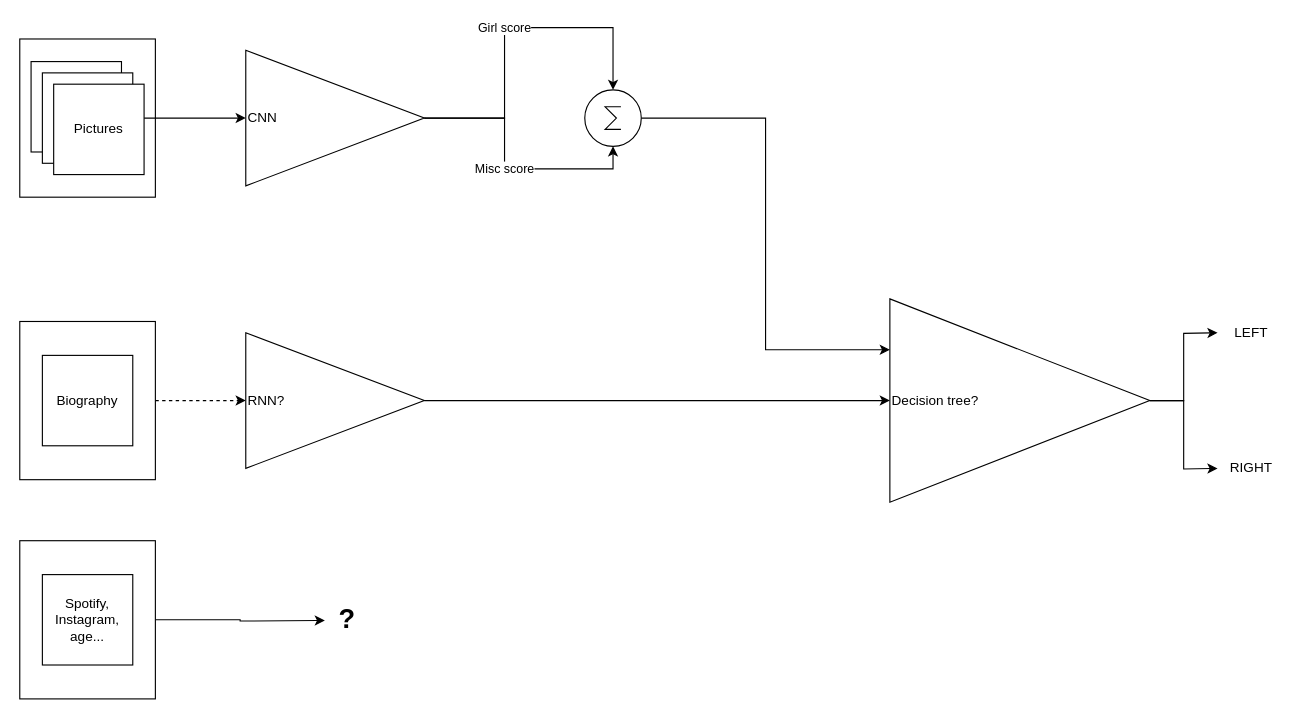
The draw.io diagram the_wingman.drawio in abreu4/The-Wing-Man, before the edit. Source tidied: cells renumbered, new cells numbered last; positions are measured from the earlier drawing's top-left corner, leaving out a move shared by most shapes. Both pictures are drawn from the tidied source at 113%, with x=0, y=0 at pixel (19, 27).
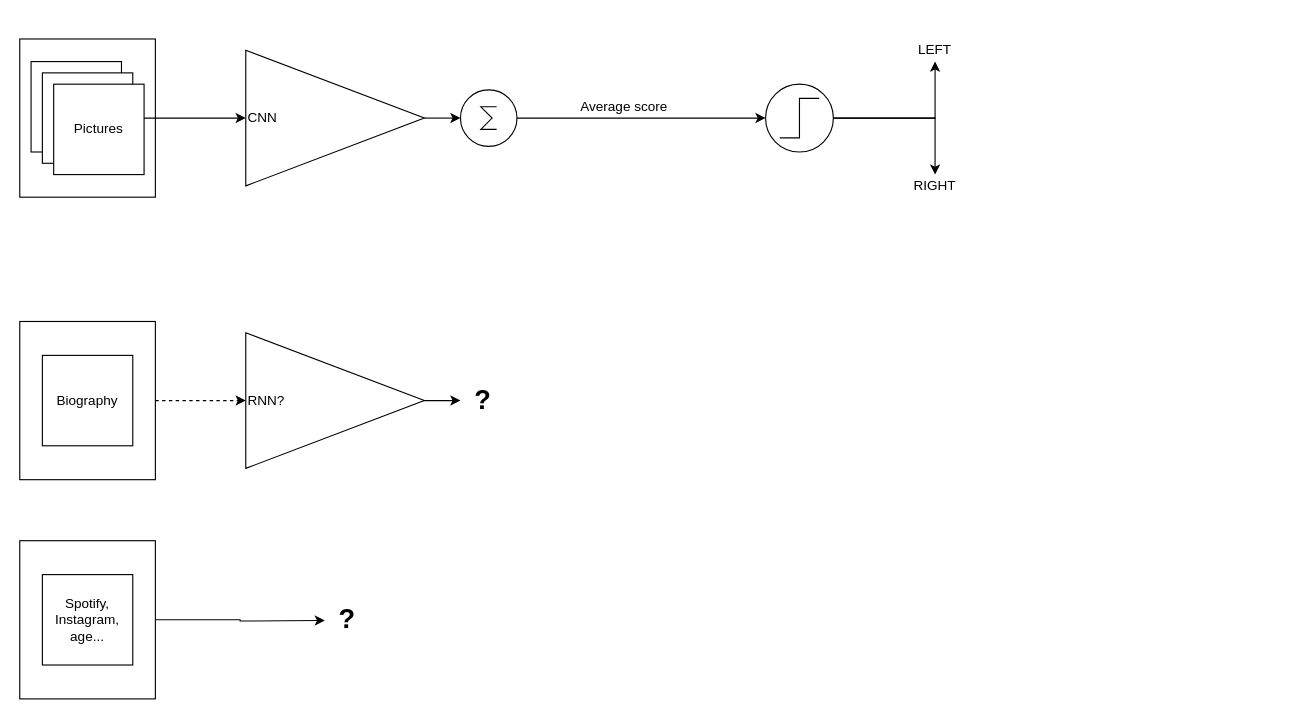
The same diagram, later.

Commit message:
Simplified initial design

The change refers to these unchanged cells:
```xml
<mxCell id="7" value="CNN" style="triangle;whiteSpace=wrap;html=1;align=left;" parent="1" vertex="1">
  <mxGeometry x="200" y="20" width="158" height="120" as="geometry" />
</mxCell>
<mxCell id="19" value="RNN?" style="triangle;whiteSpace=wrap;html=1;align=left;" parent="1" vertex="1">
  <mxGeometry x="200" y="270" width="158" height="120" as="geometry" />
</mxCell>
```

Diff of the diagram source:
```diff
@@
-    <mxCell id="5" value="Girl score" style="edgeStyle=orthogonalEdgeStyle;rounded=0;jettySize=auto;html=1;exitX=1;exitY=0.5;exitDx=0;exitDy=0;entryX=0.5;entryY=0;entryDx=0;entryDy=0;entryPerimeter=0;" parent="1" edge="1" source="7" target="21">
-      <mxGeometry relative="1" as="geometry">
-        <Array as="points">
-          <mxPoint x="429" y="80" />
-          <mxPoint x="429" />
-          <mxPoint x="525" />
-        </Array>
-      </mxGeometry>
-    </mxCell>
-    <mxCell id="6" value="Misc score" style="edgeStyle=orthogonalEdgeStyle;rounded=0;jettySize=auto;html=1;exitX=1;exitY=0.5;exitDx=0;exitDy=0;entryX=0.5;entryY=1;entryDx=0;entryDy=0;entryPerimeter=0;" parent="1" edge="1" source="7" target="21">
-      <mxGeometry relative="1" as="geometry" />
-    </mxCell>
+    <mxCell id="26" style="edgeStyle=orthogonalEdgeStyle;rounded=0;jettySize=auto;html=1;exitX=1;exitY=0.5;exitDx=0;exitDy=0;" parent="1" edge="1" source="7">
+      <mxGeometry relative="1" as="geometry">
+        <mxPoint x="390" y="80" as="targetPoint" />
+      </mxGeometry>
+    </mxCell>
@@
-    <mxCell id="15" style="edgeStyle=orthogonalEdgeStyle;rounded=0;jettySize=auto;html=1;exitX=1;exitY=0.5;exitDx=0;exitDy=0;" parent="1" edge="1" source="17">
-      <mxGeometry relative="1" as="geometry">
-        <mxPoint x="1060" y="270" as="targetPoint" />
-      </mxGeometry>
-    </mxCell>
-    <mxCell id="16" style="edgeStyle=orthogonalEdgeStyle;rounded=0;jettySize=auto;html=1;exitX=1;exitY=0.5;exitDx=0;exitDy=0;" parent="1" edge="1" source="17">
-      <mxGeometry relative="1" as="geometry">
-        <mxPoint x="1060" y="390" as="targetPoint" />
-      </mxGeometry>
-    </mxCell>
-    <mxCell id="17" value="Decision tree?" style="triangle;whiteSpace=wrap;html=1;align=left;" parent="1" vertex="1">
-      <mxGeometry x="770" y="240" width="230" height="180" as="geometry" />
-    </mxCell>
-    <mxCell id="18" style="edgeStyle=orthogonalEdgeStyle;rounded=0;jettySize=auto;html=1;exitX=1;exitY=0.5;exitDx=0;exitDy=0;entryX=0;entryY=0.5;entryDx=0;entryDy=0;" parent="1" edge="1" source="19" target="17">
-      <mxGeometry relative="1" as="geometry" />
-    </mxCell>
+    <mxCell id="27" style="edgeStyle=orthogonalEdgeStyle;rounded=0;jettySize=auto;html=1;exitX=1;exitY=0.5;exitDx=0;exitDy=0;" parent="1" edge="1" source="19" target="34">
+      <mxGeometry relative="1" as="geometry" />
+    </mxCell>
@@
-    <mxCell id="20" style="edgeStyle=orthogonalEdgeStyle;rounded=0;jettySize=auto;html=1;exitX=1;exitY=0.5;exitDx=0;exitDy=0;exitPerimeter=0;entryX=0;entryY=0.25;entryDx=0;entryDy=0;" parent="1" edge="1" source="21" target="17">
+    <mxCell id="20" style="edgeStyle=orthogonalEdgeStyle;rounded=0;jettySize=auto;html=1;exitX=1;exitY=0.5;exitDx=0;exitDy=0;exitPerimeter=0;entryX=0;entryY=0.5;entryDx=0;entryDy=0;" parent="1" edge="1" source="21" target="30">
       <mxGeometry relative="1" as="geometry" />
     </mxCell>
     <mxCell id="21" style="verticalLabelPosition=bottom;shadow=0;dashed=0;align=center;fillColor=#ffffff;html=1;verticalAlign=top;strokeWidth=1;shape=mxgraph.electrical.abstract.sum;" parent="1" vertex="1">
-      <mxGeometry x="500" y="55" width="50" height="50" as="geometry" />
+      <mxGeometry x="390" y="55" width="50" height="50" as="geometry" />
     </mxCell>
@@
+    <mxCell id="25" value="RIGHT" style="text;html=1;strokeColor=none;fillColor=none;align=center;verticalAlign=middle;whiteSpace=wrap;rounded=0;" parent="1" vertex="1">
+      <mxGeometry x="790" y="130" width="40" height="20" as="geometry" />
+    </mxCell>
+    <mxCell id="28" value="Average score" style="text;html=1;strokeColor=none;fillColor=none;align=center;verticalAlign=middle;whiteSpace=wrap;rounded=0;" parent="1" vertex="1">
+      <mxGeometry x="490" y="60" width="90" height="20" as="geometry" />
+    </mxCell>
+    <mxCell id="29" style="group;" parent="1" vertex="1">
+      <mxGeometry x="660" y="50" width="60" height="60" as="geometry" />
+    </mxCell>
+    <mxCell id="30" style="ellipse;whiteSpace=wrap;html=1;" parent="29" vertex="1">
+      <mxGeometry width="60" height="60" as="geometry" />
+    </mxCell>
+    <mxCell id="31" style="verticalLabelPosition=bottom;shadow=0;dashed=0;align=center;html=1;verticalAlign=top;shape=mxgraph.electrical.waveforms.step_1;" parent="29" vertex="1">
+      <mxGeometry x="12.5" y="12.5" width="35" height="35" as="geometry" />
+    </mxCell>
     <mxCell id="24" value="LEFT" style="text;html=1;strokeColor=none;fillColor=none;align=center;verticalAlign=middle;whiteSpace=wrap;rounded=0;" parent="1" vertex="1">
-      <mxGeometry x="1070" y="260" width="40" height="20" as="geometry" />
+      <mxGeometry x="790" y="10" width="40" height="20" as="geometry" />
     </mxCell>
-    <mxCell id="25" value="RIGHT" style="text;html=1;strokeColor=none;fillColor=none;align=center;verticalAlign=middle;whiteSpace=wrap;rounded=0;" parent="1" vertex="1">
-      <mxGeometry x="1070" y="380" width="40" height="20" as="geometry" />
-    </mxCell>
+    <mxCell id="32" style="edgeStyle=orthogonalEdgeStyle;rounded=0;jettySize=auto;html=1;exitX=1;exitY=0.5;exitDx=0;exitDy=0;entryX=0.5;entryY=1;entryDx=0;entryDy=0;" parent="1" edge="1" source="30" target="24">
+      <mxGeometry relative="1" as="geometry" />
+    </mxCell>
+    <mxCell id="33" style="edgeStyle=orthogonalEdgeStyle;rounded=0;jettySize=auto;html=1;exitX=1;exitY=0.5;exitDx=0;exitDy=0;entryX=0.5;entryY=0;entryDx=0;entryDy=0;" parent="1" edge="1" source="30" target="25">
+      <mxGeometry relative="1" as="geometry" />
+    </mxCell>
+    <mxCell id="34" value="&lt;b&gt;&lt;font style=&quot;font-size: 24px&quot;&gt;?&lt;/font&gt;&lt;/b&gt;" style="text;html=1;strokeColor=none;fillColor=none;align=center;verticalAlign=middle;whiteSpace=wrap;rounded=0;" parent="1" vertex="1">
+      <mxGeometry x="390" y="320" width="40" height="20" as="geometry" />
+    </mxCell>
```
